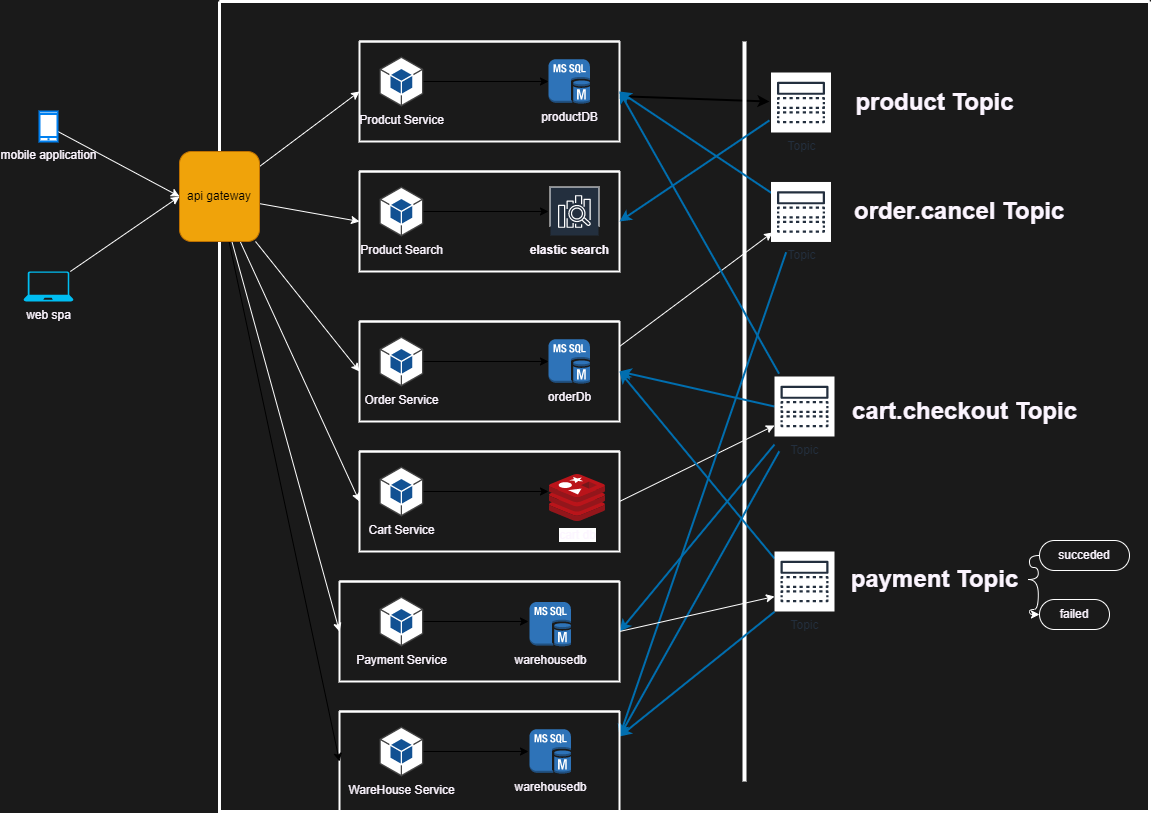
This is diagrams/imgs/serviceArch.png from abdo1819/MicroservicesTask, a draw.io export, as it was before one commit. Source tidied: cells renumbered, new cells last; positions are measured from the earlier drawing's top-left corner, leaving out a move shared by most shapes.
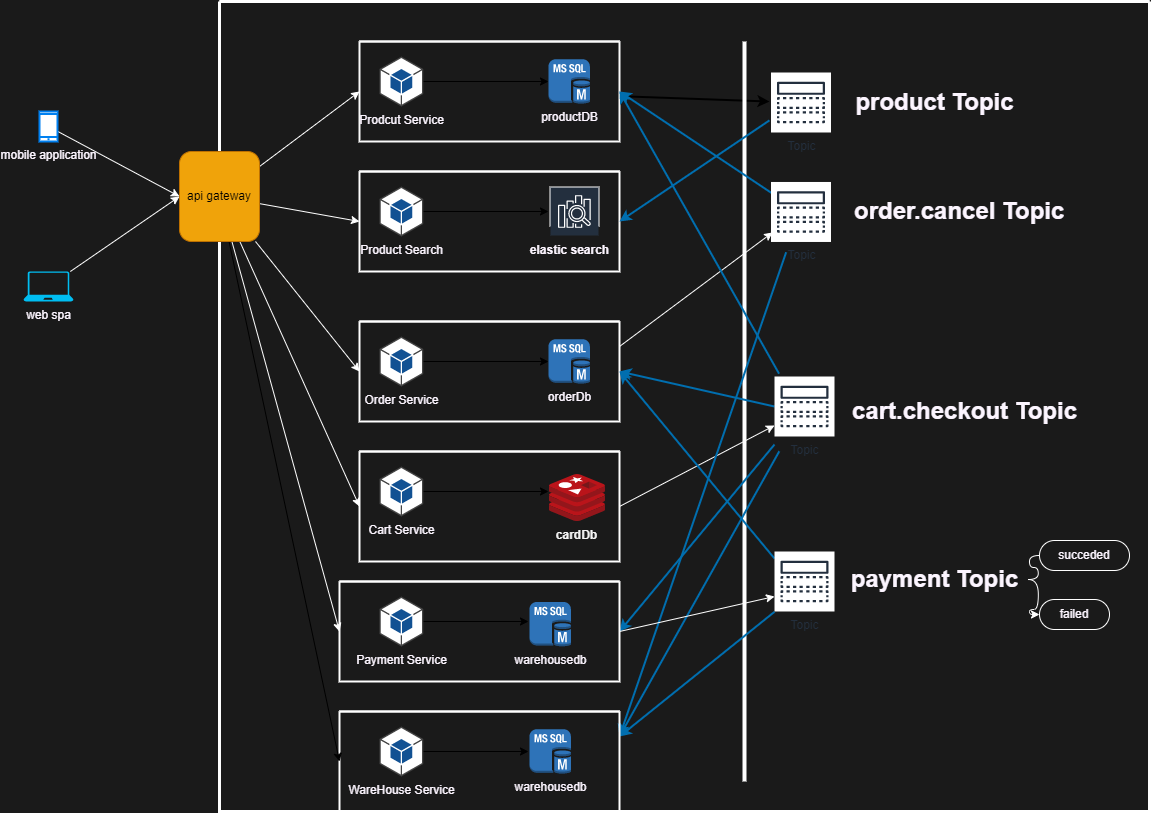
Later version of the same file.

What changed in the source:
```diff
@@ -45,7 +45,7 @@
       </mxGeometry>
     </mxCell>
     <mxCell id="14" style="swimlane;startSize=0;fontColor=#FCF5FF;strokeWidth=2;strokeColor=#FFFFFF;" parent="2" vertex="1">
-      <mxGeometry x="140" y="450" width="260" height="100" as="geometry" />
+      <mxGeometry x="140" y="450" width="260" height="110" as="geometry" />
     </mxCell>
     <mxCell id="15" style="edgeStyle=none;html=1;fontColor=#FCF5FF;" parent="14" edge="1" source="16">
       <mxGeometry relative="1" as="geometry">
@@ -55,9 +55,12 @@
     <mxCell id="16" value="Cart Service" style="outlineConnect=0;dashed=0;verticalLabelPosition=bottom;verticalAlign=top;align=center;html=1;shape=mxgraph.aws3.android;fillColor=#115193;gradientColor=none;fontColor=#FCF5FF;" parent="14" vertex="1">
       <mxGeometry x="20" y="15" width="43.8" height="50" as="geometry" />
     </mxCell>
-    <mxCell id="17" value="cart db" style="sketch=0;html=1;align=center;image;fontSize=12;image=img/lib/mscae/Cache_Redis_Product.svg;fontColor=#FCF5FF;" parent="14" vertex="1">
+    <mxCell id="17" style="sketch=0;html=1;align=center;image;fontSize=12;image=img/lib/mscae/Cache_Redis_Product.svg;fontColor=#FCF5FF;" parent="14" vertex="1">
       <mxGeometry x="190" y="23" width="56" height="47" as="geometry" />
     </mxCell>
+    <mxCell id="65" value="&lt;font style=&quot;font-size: 12px&quot; color=&quot;#f5f5f5&quot;&gt;cardDb&lt;/font&gt;" style="text;html=1;fontSize=24;fontStyle=1;verticalAlign=middle;align=center;fillColor=none;" parent="14" vertex="1">
+      <mxGeometry x="190" y="70" width="54" height="20" as="geometry" />
+    </mxCell>
     <mxCell id="18" style="line;strokeWidth=4;direction=south;html=1;perimeter=backbonePerimeter;fillColor=#f9f7ed;strokeColor=#FFFFFF;" parent="2" vertex="1">
       <mxGeometry x="520" y="40" width="10" height="740" as="geometry" />
     </mxCell>
```
